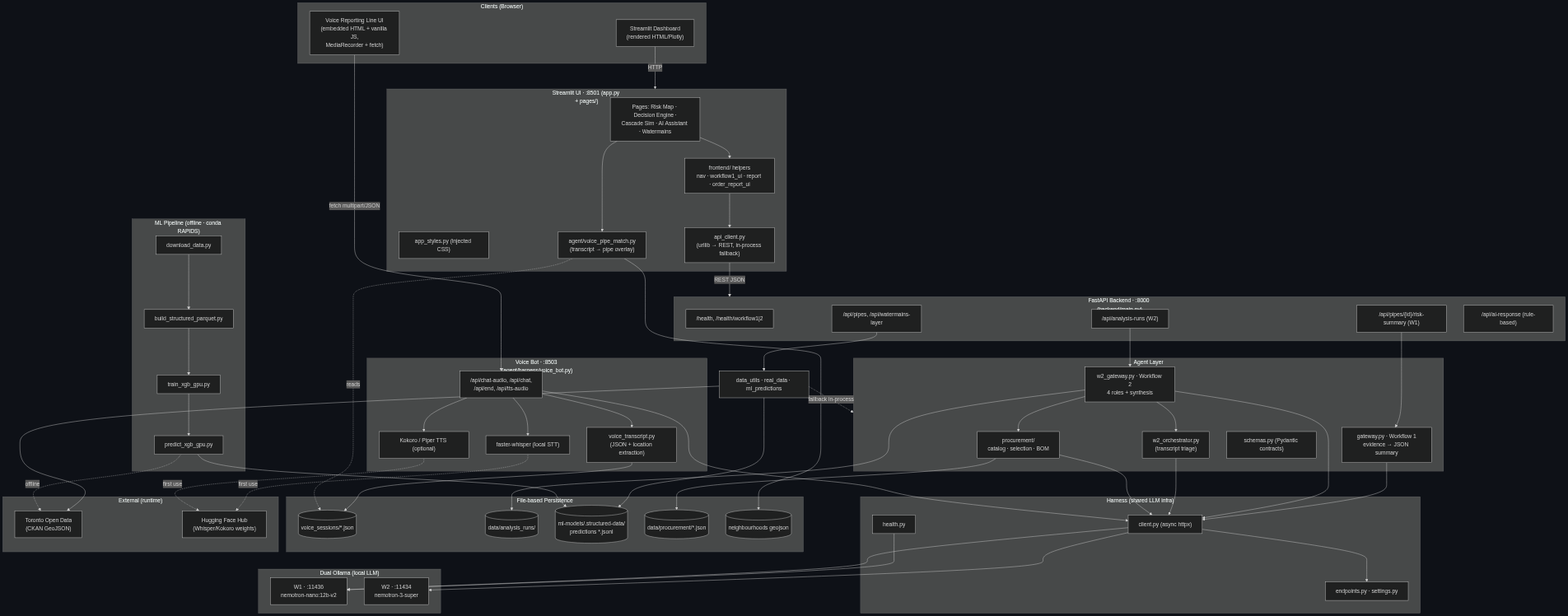
Before: docs/architecture.png, a diagram exported from Mermaid (BradleyLi/SubSurface). Its source is kept beside it as docs/architecture.mmd.
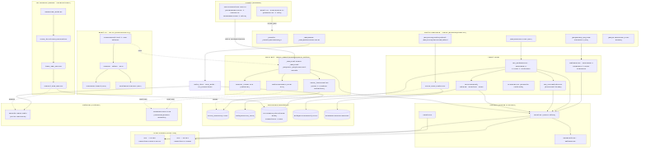
The same file after the commit.

What changed in the source:
```diff
@@ -1,19 +1,19 @@
 flowchart TB
     subgraph clients["Clients (Browser)"]
         direction LR
-        BrowserUI["Streamlit Dashboard<br/>(rendered HTML/Plotly)"]
+        ReactUI["React UI · SubSurface-UI<br/>(Mapbox GL + Vite)"]
         VoiceUI["Voice Reporting Line UI<br/>(embedded HTML + vanilla JS,<br/>MediaRecorder + fetch)"]
     end
 
-    subgraph streamlit["Streamlit UI · :8501 (app.py + pages/)"]
+    subgraph reactui["React UI · :5173 (SubSurface-UI/)"]
         direction TB
-        Pages["Pages: Risk Map · Decision Engine ·<br/>Cascade Sim · AI Assistant · Watermains"]
-        FE["frontend/ helpers<br/>nav · workflow1_ui · report · order_report_ui"]
-        Styles["app_styles.py (injected CSS)"]
-        APIClient["api_client.py<br/>(urllib → REST, in-process fallback)"]
-        VoiceMatch["agent/voice_pipe_match.py<br/>(transcript → pipe overlay)"]
-        Pages --> FE --> APIClient
-        Pages --> VoiceMatch
+        Map["Map3D · filters · KPIs"]
+        W1Panel["SummaryAgent (W1)"]
+        W2Panel["MultiRoleAnalysis (W2)"]
+        VoiceAlert["CallerReportAlert + SSE listener"]
+        Map --> W1Panel
+        Map --> W2Panel
+        VoiceAlert --> Map
     end
 
     subgraph backend["FastAPI Backend · :8000 (backend/main.py)"]
@@ -22,6 +22,7 @@
         PipesAPI["/api/pipes, /api/watermains-layer"]
         W1API["/api/pipes/{id}/risk-summary (W1)"]
         W2API["/api/analysis-runs (W2)"]
+        VoiceAPI["/api/voice/match/latest, /api/voice/transcript/latest"]
         AIAPI["/api/ai-response (rule-based)"]
     end
 
@@ -31,6 +32,7 @@
         GW2["w2_gateway.py · Workflow 2<br/>4 roles + synthesis"]
         Orch["w2_orchestrator.py<br/>(transcript triage)"]
         Proc["procurement/<br/>catalog · selection · BOM"]
+        VoiceMatch["voice_pipe_match.py"]
         Schemas["schemas.py (Pydantic contracts)"]
         GW2 --> Orch
         GW2 --> Proc
@@ -43,9 +45,9 @@
         HealthChk["health.py"]
     end
 
-    subgraph voice["Voice Bot · :8503 (agent/harness/voice_bot.py)"]
+    subgraph voice["Voice Bot · :8504 (agent/harness/voice_bot.py)"]
         direction TB
-        VBApi["/api/chat-audio, /api/chat,<br/>/api/end, /api/tts-audio"]
+        VBApi["/api/chat-audio, /api/chat,<br/>/api/end, /api/transcript-events"]
         Whisper["faster-whisper (local STT)"]
         TTS["Kokoro / Piper TTS (optional)"]
         VT["voice_transcript.py<br/>(JSON + location extraction)"]
@@ -82,14 +84,14 @@
         Train --> Predict["predict_xgb_gpu.py"]
     end
 
-    BrowserUI -->|HTTP| streamlit
+    ReactUI -->|HTTP /api| backend
     VoiceUI -->|fetch multipart/JSON| VBApi
-
-    APIClient -->|REST JSON| backend
+    VoiceAlert -.SSE.-> VBApi
 
     PipesAPI --> DataLayer["data_utils · real_data · ml_predictions"]
     W1API --> GW1
     W2API --> GW2
+    VoiceAPI --> VoiceMatch
 
     GW1 --> Client
     GW2 --> Client
@@ -114,4 +116,3 @@
     GW2 --> AR
     Predict --> MLP
     Predict -.offline.-> CKAN
-    DataLayer -.fallback in-process.-> agent
```
